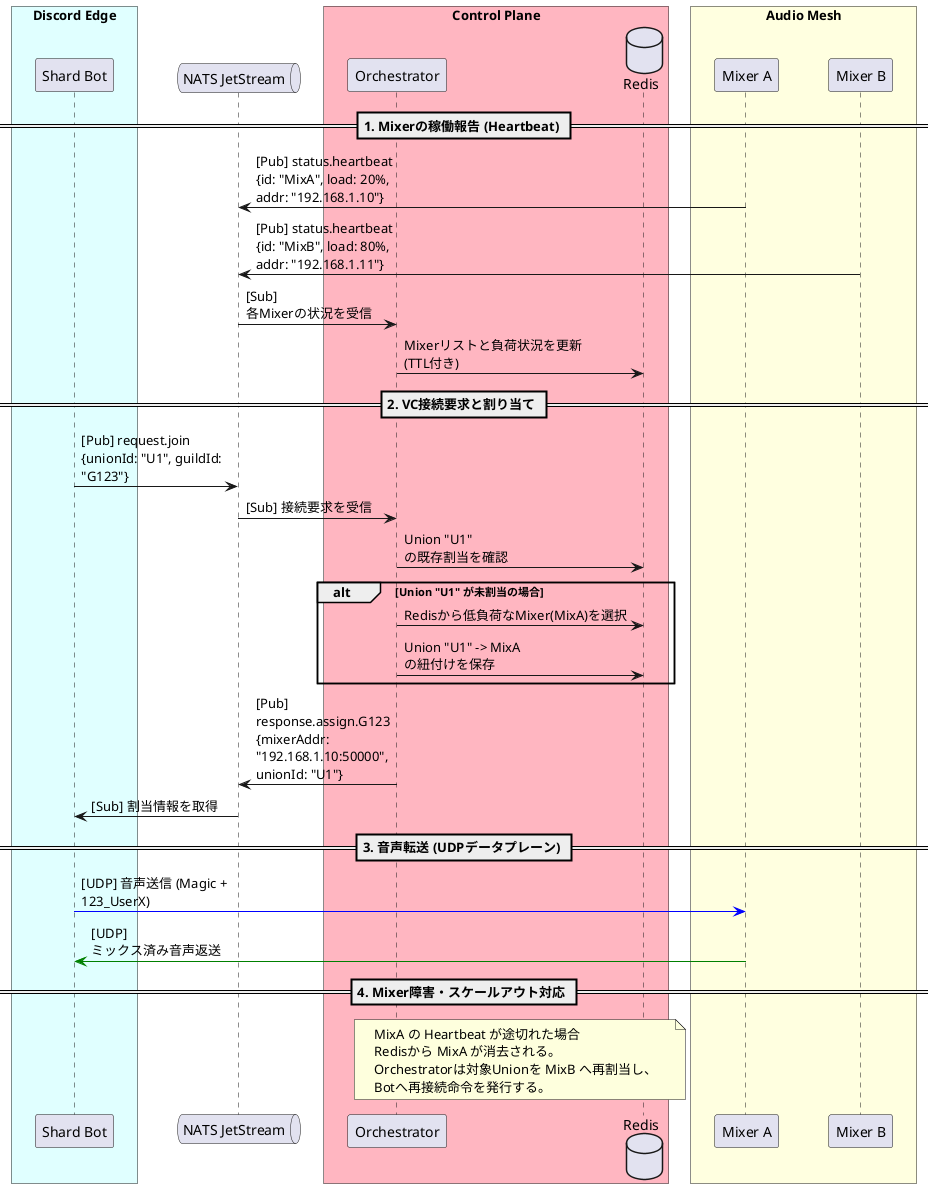
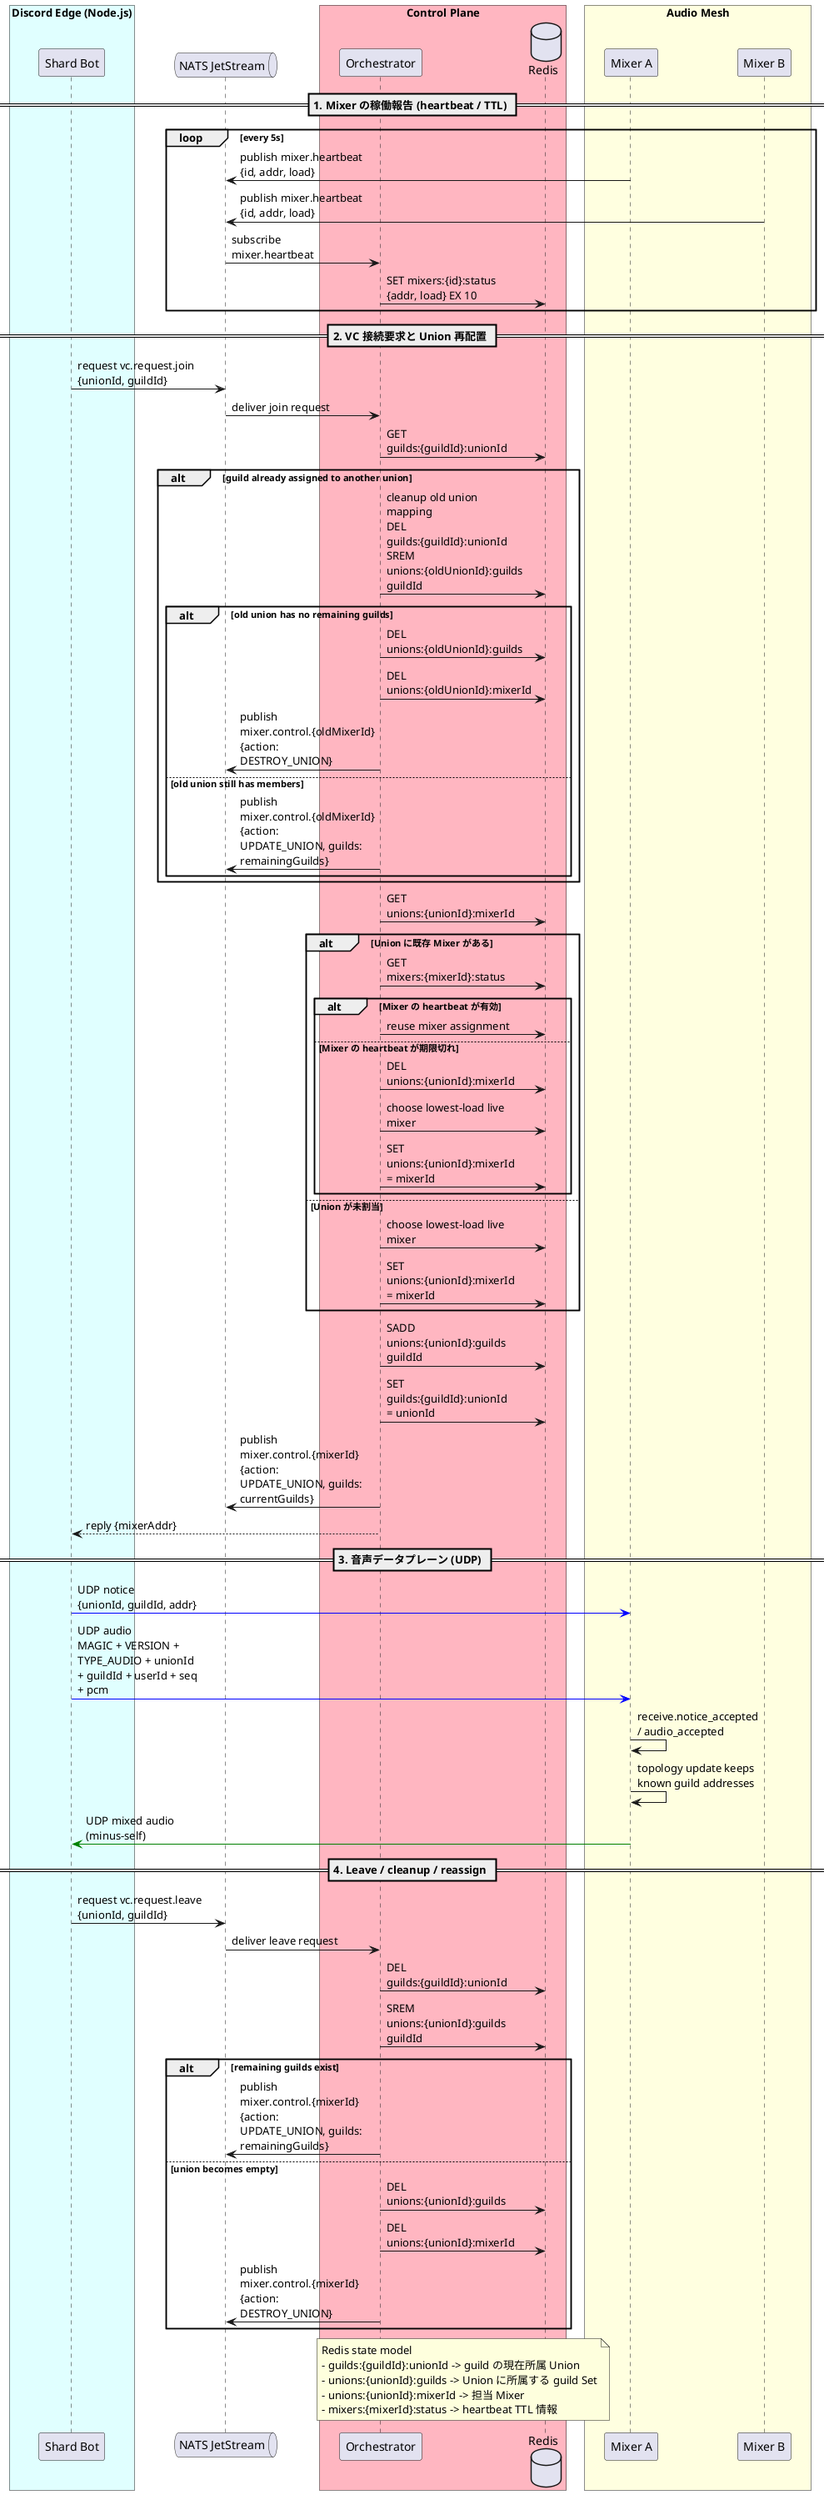
@startuml
skinparam maxMessageSize 150
skinparam ParticipantPadding 20
skinparam BoxPadding 10

- box "Discord Edge" #LightCyan
+ box "Discord Edge (Node.js)" #LightCyan
    participant "Shard Bot" as Bot
end box

queue "NATS JetStream" as NATS

box "Control Plane" #LightPink
    participant "Orchestrator" as Orc
    database "Redis" as Redis
end box

box "Audio Mesh" #LightYellow
    participant "Mixer A" as MixA
    participant "Mixer B" as MixB
end box

- == 1. Mixerの稼働報告 (Heartbeat) ==
- MixA -> NATS : [Pub] status.heartbeat\n{id: "MixA", load: 20%, addr: "192.168.1.10"}
- MixB -> NATS : [Pub] status.heartbeat\n{id: "MixB", load: 80%, addr: "192.168.1.11"}
- 
- NATS -> Orc : [Sub] 各Mixerの状況を受信
- Orc -> Redis : Mixerリストと負荷状況を更新 (TTL付き)
- 
- == 2. VC接続要求と割り当て ==
- Bot -> NATS : [Pub] request.join\n{unionId: "U1", guildId: "G123"}
- NATS -> Orc : [Sub] 接続要求を受信
- 
- Orc -> Redis : Union "U1" の既存割当を確認
- alt Union "U1" が未割当の場合
-     Orc -> Redis : Redisから低負荷なMixer(MixA)を選択
-     Orc -> Redis : Union "U1" -> MixA の紐付けを保存
+ == 1. Mixer の稼働報告 (heartbeat / TTL) ==
+ loop every 5s
+     MixA -> NATS : publish mixer.heartbeat\n{id, addr, load}
+     MixB -> NATS : publish mixer.heartbeat\n{id, addr, load}
+     NATS -> Orc : subscribe mixer.heartbeat
+     Orc -> Redis : SET mixers:{id}:status\n{addr, load} EX 10
end

- Orc -> NATS : [Pub] response.assign.G123\n{mixerAddr: "192.168.1.10:50000", unionId: "U1"}
- NATS -> Bot : [Sub] 割当情報を取得
+ == 2. VC 接続要求と Union 再配置 ==
+ Bot -> NATS : request vc.request.join\n{unionId, guildId}
+ NATS -> Orc : deliver join request

- == 3. 音声転送 (UDPデータプレーン) ==
- Bot -[#blue]> MixA : [UDP] 音声送信 (Magic + 123_UserX)
- MixA -[#green]> Bot : [UDP] ミックス済み音声返送
+ Orc -> Redis : GET guilds:{guildId}:unionId
+ alt guild already assigned to another union
+     Orc -> Redis : cleanup old union mapping\nDEL guilds:{guildId}:unionId\nSREM unions:{oldUnionId}:guilds guildId
+     alt old union has no remaining guilds
+         Orc -> Redis : DEL unions:{oldUnionId}:guilds
+         Orc -> Redis : DEL unions:{oldUnionId}:mixerId
+         Orc -> NATS : publish mixer.control.{oldMixerId}\n{action: DESTROY_UNION}
+     else old union still has members
+         Orc -> NATS : publish mixer.control.{oldMixerId}\n{action: UPDATE_UNION, guilds: remainingGuilds}
+     end
+ end

- == 4. Mixer障害・スケールアウト対応 ==
+ Orc -> Redis : GET unions:{unionId}:mixerId
+ alt Union に既存 Mixer がある
+     Orc -> Redis : GET mixers:{mixerId}:status
+     alt Mixer の heartbeat が有効
+         Orc -> Redis : reuse mixer assignment
+     else Mixer の heartbeat が期限切れ
+         Orc -> Redis : DEL unions:{unionId}:mixerId
+         Orc -> Redis : choose lowest-load live mixer
+         Orc -> Redis : SET unions:{unionId}:mixerId = mixerId
+     end
+ else Union が未割当
+     Orc -> Redis : choose lowest-load live mixer
+     Orc -> Redis : SET unions:{unionId}:mixerId = mixerId
+ end
+ 
+ Orc -> Redis : SADD unions:{unionId}:guilds guildId
+ Orc -> Redis : SET guilds:{guildId}:unionId = unionId
+ Orc -> NATS : publish mixer.control.{mixerId}\n{action: UPDATE_UNION, guilds: currentGuilds}
+ Orc --> Bot : reply {mixerAddr}
+ 
+ == 3. 音声データプレーン (UDP) ==
+ Bot -[#blue]> MixA : UDP notice\n{unionId, guildId, addr}
+ Bot -[#blue]> MixA : UDP audio\nMAGIC + VERSION + TYPE_AUDIO + unionId + guildId + userId + seq + pcm
+ MixA -> MixA : receive.notice_accepted / audio_accepted
+ MixA -> MixA : topology update keeps known guild addresses
+ MixA -[#green]> Bot : UDP mixed audio (minus-self)
+ 
+ == 4. Leave / cleanup / reassign ==
+ Bot -> NATS : request vc.request.leave\n{unionId, guildId}
+ NATS -> Orc : deliver leave request
+ Orc -> Redis : DEL guilds:{guildId}:unionId
+ Orc -> Redis : SREM unions:{unionId}:guilds guildId
+ alt remaining guilds exist
+     Orc -> NATS : publish mixer.control.{mixerId}\n{action: UPDATE_UNION, guilds: remainingGuilds}
+ else union becomes empty
+     Orc -> Redis : DEL unions:{unionId}:guilds
+     Orc -> Redis : DEL unions:{unionId}:mixerId
+     Orc -> NATS : publish mixer.control.{mixerId}\n{action: DESTROY_UNION}
+ end
+ 
note over Orc, Redis
-     MixA の Heartbeat が途切れた場合
-     Redisから MixA が消去される。
-     Orchestratorは対象Unionを MixB へ再割当し、
-     Botへ再接続命令を発行する。
+   Redis state model
+   - guilds:{guildId}:unionId -> guild の現在所属 Union
+   - unions:{unionId}:guilds -> Union に所属する guild Set
+   - unions:{unionId}:mixerId -> 担当 Mixer
+   - mixers:{mixerId}:status -> heartbeat TTL 情報
end note
@enduml
